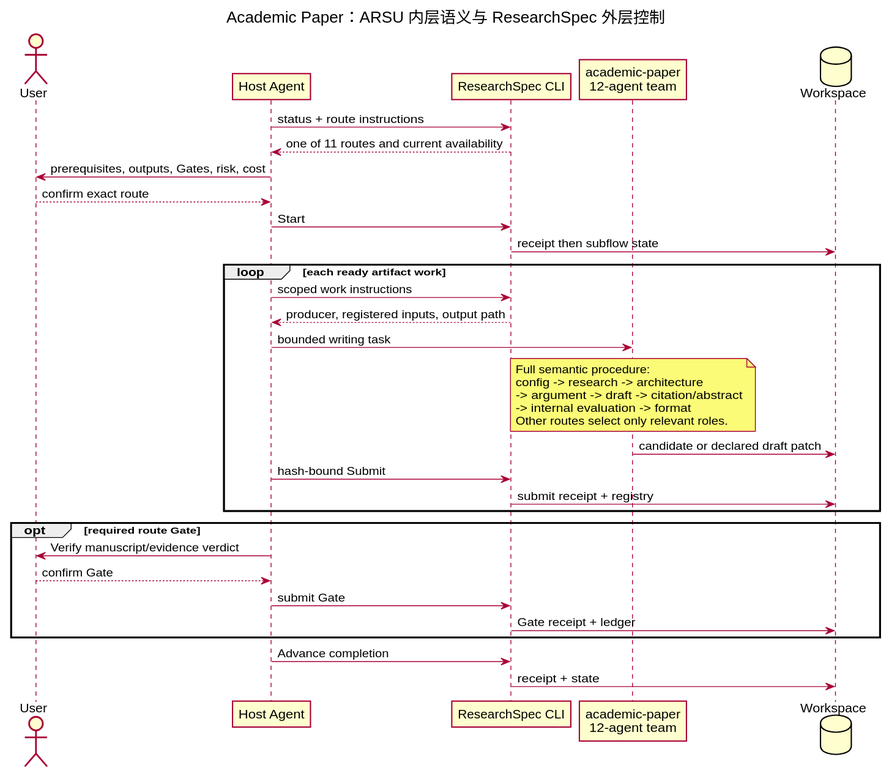
Earlier version of the PlantUML export docs/researchspec_arsu_runtime/diagrams/rendered/academic-paper-workflow.svg (leike0813/ResearchSpec).
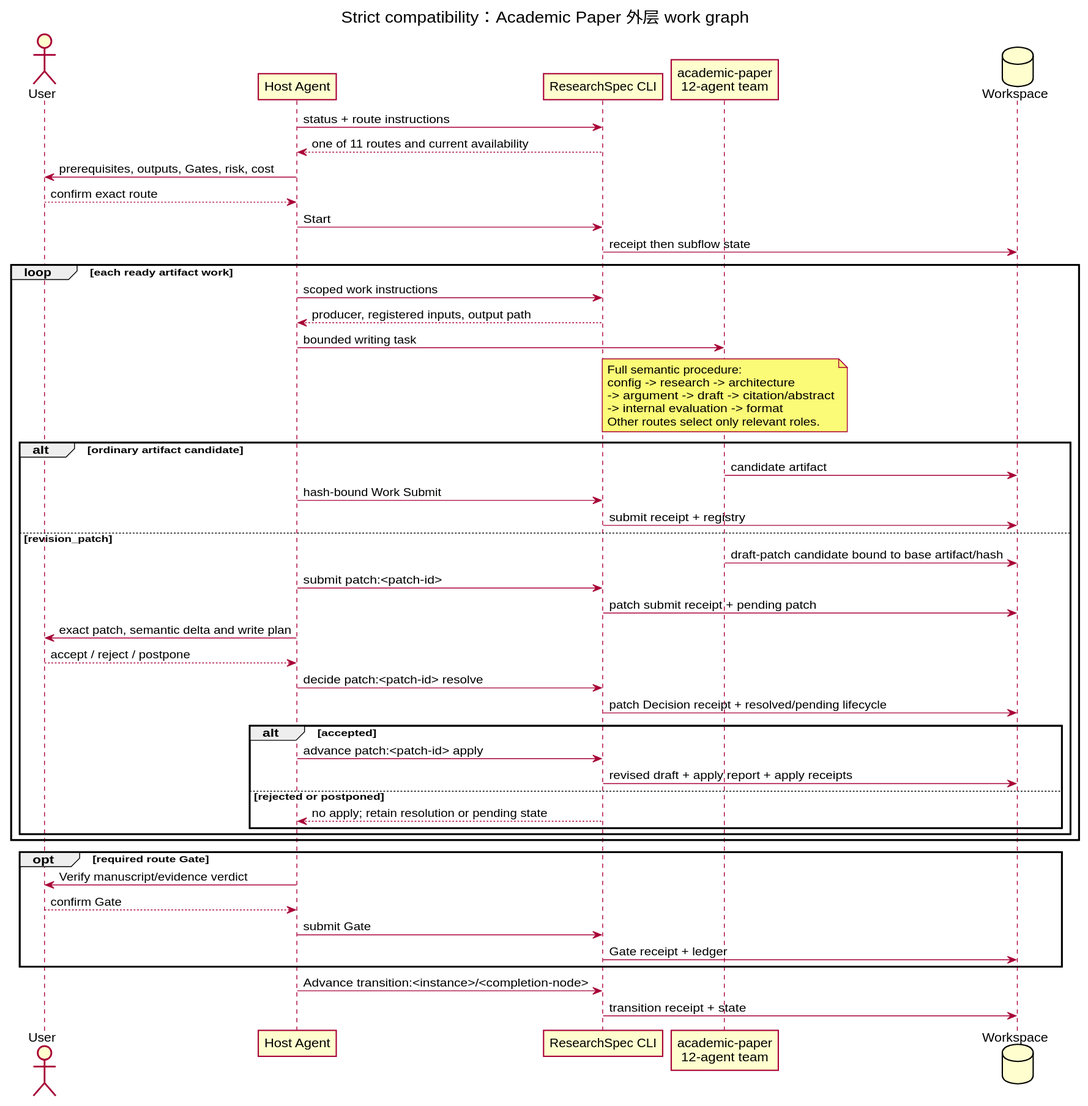
Above is the later version.

The edit, as a diff of the source:
```diff
@@ -1,5 +1,5 @@
 @startuml
-title Academic Paper：ARSU 内层语义与 ResearchSpec 外层控制
+title Strict compatibility：Academic Paper 外层 work graph
 skinparam shadowing false
 actor User
 participant "Host Agent" as Agent
@@ -25,9 +25,25 @@
     -> internal evaluation -> format
     Other routes select only relevant roles.
   end note
-  ARSU -> Files : candidate or declared draft patch
-  Agent -> CLI : hash-bound Submit
-  CLI -> Files : submit receipt + registry
+  alt ordinary artifact candidate
+    ARSU -> Files : candidate artifact
+    Agent -> CLI : hash-bound Work Submit
+    CLI -> Files : submit receipt + registry
+  else revision_patch
+    ARSU -> Files : draft-patch candidate bound to base artifact/hash
+    Agent -> CLI : submit patch:<patch-id>
+    CLI -> Files : patch submit receipt + pending patch
+    Agent -> User : exact patch, semantic delta and write plan
+    User --> Agent : accept / reject / postpone
+    Agent -> CLI : decide patch:<patch-id> resolve
+    CLI -> Files : patch Decision receipt + resolved/pending lifecycle
+    alt accepted
+      Agent -> CLI : advance patch:<patch-id> apply
+      CLI -> Files : revised draft + apply report + apply receipts
+    else rejected or postponed
+      CLI --> Agent : no apply; retain resolution or pending state
+    end
+  end
 end
 
 opt required route Gate
@@ -36,6 +52,6 @@
   Agent -> CLI : submit Gate
   CLI -> Files : Gate receipt + ledger
 end
-Agent -> CLI : Advance completion
-CLI -> Files : receipt + state
+Agent -> CLI : Advance transition:<instance>/<completion-node>
+CLI -> Files : transition receipt + state
 @enduml
```
